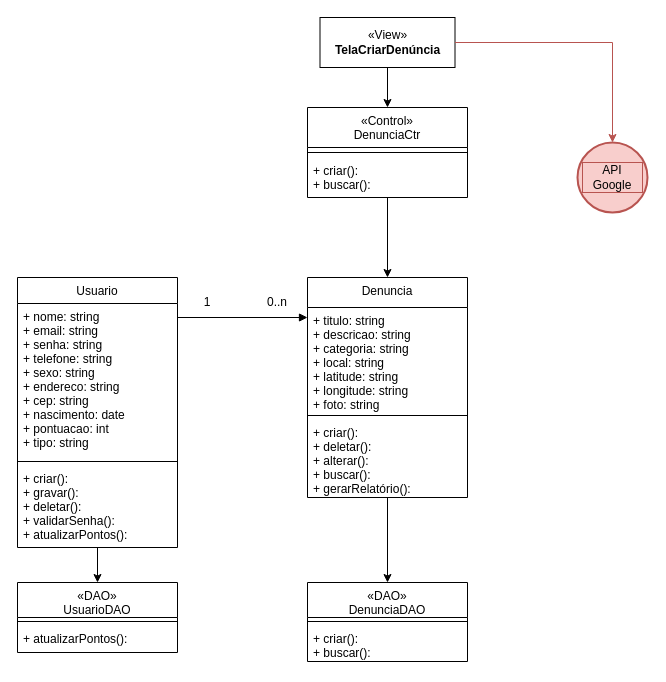
Before: Documentação/Diagramas/Diagramas de Casos de Uso/Diagrama de Caso de Uso Criar Denuncia.drawio in frsouzaa/Documentacao-TCC-NossaVia, a draw.io diagram. Source tidied: cells renumbered, new cells numbered last; positions are measured from the earlier drawing's top-left corner, leaving out a move shared by most shapes. Both pictures are drawn from the tidied source at 100%, with x=0, y=0 at pixel (17, 17).
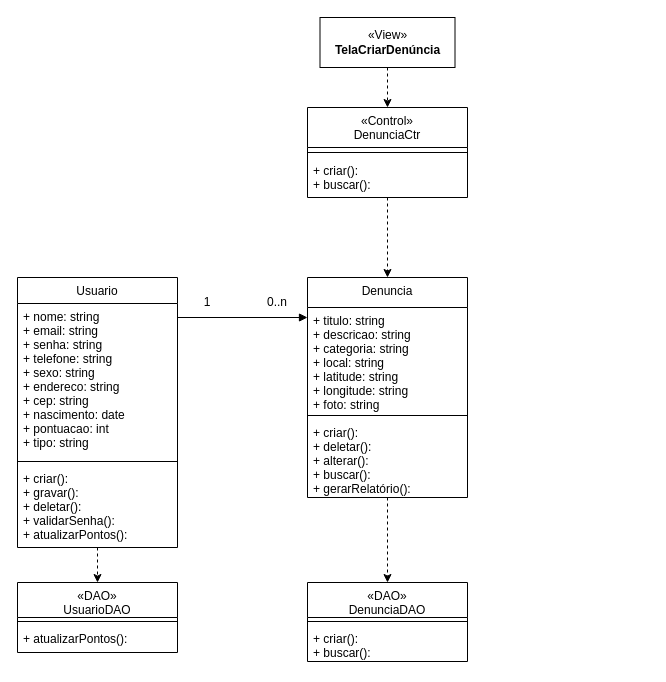
Above is the later version.

Commit message (it also covers changes not shown here):
removendo api do google como ator

Unchanged cells that the change refers to:
```xml
<mxCell id="2" value="Denuncia" style="swimlane;fontStyle=0;align=center;verticalAlign=top;horizontal=1;startSize=30;rounded=0;shadow=0;strokeWidth=1;" parent="1" vertex="1">
  <mxGeometry x="290" y="260" width="160" height="220" as="geometry" />
</mxCell>
<mxCell id="7" value="Usuario" style="swimlane;fontStyle=0;align=center;verticalAlign=top;horizontal=1;startSize=26;rounded=0;shadow=0;strokeWidth=1;" parent="1" vertex="1">
  <mxGeometry y="260" width="160" height="270" as="geometry" />
</mxCell>
<mxCell id="11" value="«DAO»&#10;UsuarioDAO&#10;" style="swimlane;fontStyle=0;align=center;verticalAlign=top;horizontal=1;startSize=35;rounded=0;shadow=0;strokeWidth=1;" parent="1" vertex="1">
  <mxGeometry y="565" width="160" height="70" as="geometry" />
</mxCell>
<mxCell id="16" value="«View»&lt;br&gt;&lt;b&gt;TelaCriarDenúncia&lt;br&gt;&lt;/b&gt;" style="html=1;whiteSpace=wrap;" parent="1" vertex="1">
  <mxGeometry x="302.5" width="135" height="50" as="geometry" />
</mxCell>
<mxCell id="18" value="«Control»&#10;DenunciaCtr" style="swimlane;fontStyle=0;align=center;verticalAlign=top;horizontal=1;startSize=40;rounded=0;shadow=0;strokeWidth=1;" parent="1" vertex="1">
  <mxGeometry x="290" y="90" width="160" height="90" as="geometry" />
</mxCell>
<mxCell id="27" value="«DAO»&#10;DenunciaDAO&#10;" style="swimlane;fontStyle=0;align=center;verticalAlign=top;horizontal=1;startSize=35;rounded=0;shadow=0;strokeWidth=1;" parent="1" vertex="1">
  <mxGeometry x="290" y="565" width="160" height="79" as="geometry" />
</mxCell>
```

What changed in the source:
```diff
@@
-    <mxCell id="6" style="edgeStyle=orthogonalEdgeStyle;rounded=0;jettySize=auto;html=1;exitX=0.5;exitY=1;exitDx=0;exitDy=0;entryX=0.5;entryY=0;entryDx=0;entryDy=0;" parent="1" edge="1" source="7" target="11">
+    <mxCell id="6" style="edgeStyle=orthogonalEdgeStyle;rounded=0;jettySize=auto;html=1;exitX=0.5;exitY=1;exitDx=0;exitDy=0;entryX=0.5;entryY=0;entryDx=0;entryDy=0;dashed=1;" parent="1" edge="1" source="7" target="11">
       <mxGeometry relative="1" as="geometry" />
     </mxCell>
@@
-    <mxCell id="14" style="edgeStyle=orthogonalEdgeStyle;rounded=0;jettySize=auto;html=1;exitX=0.5;exitY=1;exitDx=0;exitDy=0;entryX=0.5;entryY=0;entryDx=0;entryDy=0;" parent="1" edge="1" source="2" target="27">
+    <mxCell id="14" style="edgeStyle=orthogonalEdgeStyle;rounded=0;jettySize=auto;html=1;exitX=0.5;exitY=1;exitDx=0;exitDy=0;entryX=0.5;entryY=0;entryDx=0;entryDy=0;dashed=1;" parent="1" edge="1" source="2" target="27">
       <mxGeometry relative="1" as="geometry" />
     </mxCell>
-    <mxCell id="15" style="edgeStyle=orthogonalEdgeStyle;rounded=0;jettySize=auto;html=1;entryX=0.5;entryY=0;entryDx=0;entryDy=0;" parent="1" edge="1" source="16" target="18">
+    <mxCell id="15" style="edgeStyle=orthogonalEdgeStyle;rounded=0;jettySize=auto;html=1;entryX=0.5;entryY=0;entryDx=0;entryDy=0;dashed=1;" parent="1" edge="1" source="16" target="18">
       <mxGeometry relative="1" as="geometry" />
     </mxCell>
@@
-    <mxCell id="17" style="edgeStyle=orthogonalEdgeStyle;rounded=0;jettySize=auto;html=1;exitX=0.5;exitY=1;exitDx=0;exitDy=0;entryX=0.5;entryY=0;entryDx=0;entryDy=0;" parent="1" edge="1" source="18" target="2">
+    <mxCell id="17" style="edgeStyle=orthogonalEdgeStyle;rounded=0;jettySize=auto;html=1;exitX=0.5;exitY=1;exitDx=0;exitDy=0;entryX=0.5;entryY=0;entryDx=0;entryDy=0;dashed=1;" parent="1" edge="1" source="18" target="2">
       <mxGeometry relative="1" as="geometry" />
     </mxCell>
@@
-    <mxCell id="24" style="strokeWidth=2;html=1;shape=mxgraph.flowchart.start_2;whiteSpace=wrap;fillColor=#f8cecc;strokeColor=#b85450;" parent="1" vertex="1">
-      <mxGeometry x="560" y="125" width="70" height="70" as="geometry" />
-    </mxCell>
-    <mxCell id="25" style="edgeStyle=orthogonalEdgeStyle;rounded=0;jettySize=auto;html=1;exitX=1;exitY=0.5;exitDx=0;exitDy=0;entryX=0.5;entryY=0;entryDx=0;entryDy=0;entryPerimeter=0;fillColor=#f8cecc;strokeColor=#b85450;" parent="1" edge="1" source="16" target="24">
-      <mxGeometry relative="1" as="geometry" />
-    </mxCell>
-    <mxCell id="26" value="API Google" style="text;html=1;align=center;verticalAlign=middle;whiteSpace=wrap;rounded=0;fillColor=#f8cecc;strokeColor=#b85450;" parent="1" vertex="1">
-      <mxGeometry x="565" y="145" width="60" height="30" as="geometry" />
-    </mxCell>
```
